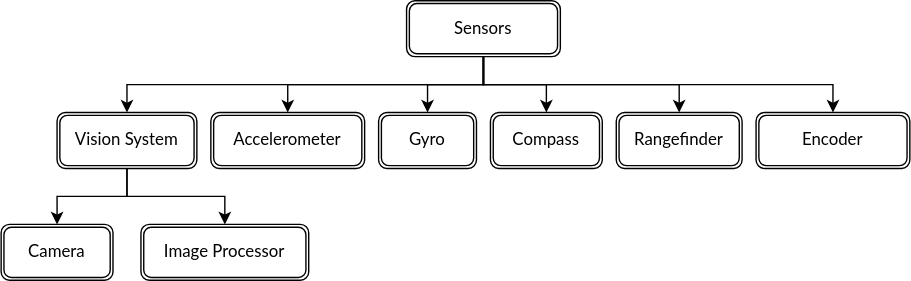
This is source/docs/software/sensors/diagrams/sensor-overview-software.drawio.svg from wpilibsuite/frc-docs, a draw.io export, as it was before one commit. Source tidied: cells renumbered, new cells last; positions are measured from the earlier drawing's top-left corner, leaving out a move shared by most shapes. Its diagram source:
```xml
<mxGraphModel>
  <root>
    <mxCell id="0" />
    <mxCell id="1" parent="0" />
    <mxCell id="2" style="edgeStyle=orthogonalEdgeStyle;rounded=0;jettySize=auto;html=1;exitX=0.5;exitY=1;exitDx=0;exitDy=0;fontFamily=Lato;" parent="1" edge="1" source="8" target="11">
      <mxGeometry relative="1" as="geometry" />
    </mxCell>
    <mxCell id="3" style="edgeStyle=orthogonalEdgeStyle;rounded=0;jettySize=auto;html=1;fontFamily=Lato;" parent="1" edge="1" target="14">
      <mxGeometry relative="1" as="geometry">
        <mxPoint x="345" y="40" as="sourcePoint" />
        <Array as="points">
          <mxPoint x="345" y="60" />
          <mxPoint x="205" y="60" />
        </Array>
      </mxGeometry>
    </mxCell>
    <mxCell id="4" style="edgeStyle=orthogonalEdgeStyle;rounded=0;jettySize=auto;html=1;fontFamily=Lato;" parent="1" edge="1" source="8" target="15">
      <mxGeometry relative="1" as="geometry" />
    </mxCell>
    <mxCell id="5" style="edgeStyle=orthogonalEdgeStyle;rounded=0;jettySize=auto;html=1;fontFamily=Lato;" parent="1" edge="1" source="8" target="16">
      <mxGeometry relative="1" as="geometry" />
    </mxCell>
    <mxCell id="6" style="edgeStyle=orthogonalEdgeStyle;rounded=0;jettySize=auto;html=1;exitX=0.5;exitY=1;exitDx=0;exitDy=0;fontFamily=Lato;" parent="1" edge="1" source="8" target="17">
      <mxGeometry relative="1" as="geometry" />
    </mxCell>
    <mxCell id="7" style="edgeStyle=orthogonalEdgeStyle;rounded=0;jettySize=auto;html=1;fontFamily=Lato;" parent="1" edge="1" target="18">
      <mxGeometry relative="1" as="geometry">
        <mxPoint x="345" y="40" as="sourcePoint" />
        <Array as="points">
          <mxPoint x="345" y="60" />
          <mxPoint x="595" y="60" />
        </Array>
      </mxGeometry>
    </mxCell>
    <mxCell id="8" value="Sensors" style="shape=ext;double=1;rounded=1;whiteSpace=wrap;html=1;fontFamily=Lato;" parent="1" vertex="1">
      <mxGeometry x="290" width="110" height="40" as="geometry" />
    </mxCell>
    <mxCell id="9" style="edgeStyle=orthogonalEdgeStyle;rounded=0;jettySize=auto;html=1;fontFamily=Lato;" parent="1" edge="1" source="11" target="13">
      <mxGeometry relative="1" as="geometry" />
    </mxCell>
    <mxCell id="10" style="edgeStyle=orthogonalEdgeStyle;rounded=0;jettySize=auto;html=1;fontFamily=Lato;" parent="1" edge="1" source="11" target="12">
      <mxGeometry relative="1" as="geometry" />
    </mxCell>
    <mxCell id="11" value="Vision System" style="shape=ext;double=1;rounded=1;whiteSpace=wrap;html=1;fontFamily=Lato;" parent="1" vertex="1">
      <mxGeometry x="40" y="80" width="100" height="40" as="geometry" />
    </mxCell>
    <mxCell id="12" value="Image Processor" style="shape=ext;double=1;rounded=1;whiteSpace=wrap;html=1;fontFamily=Lato;" parent="1" vertex="1">
      <mxGeometry x="100" y="160" width="120" height="40" as="geometry" />
    </mxCell>
    <mxCell id="13" value="Camera" style="shape=ext;double=1;rounded=1;whiteSpace=wrap;html=1;fontFamily=Lato;" parent="1" vertex="1">
      <mxGeometry y="160" width="80" height="40" as="geometry" />
    </mxCell>
    <mxCell id="14" value="Accelerometer" style="shape=ext;double=1;rounded=1;whiteSpace=wrap;html=1;fontFamily=Lato;" parent="1" vertex="1">
      <mxGeometry x="150" y="80" width="110" height="40" as="geometry" />
    </mxCell>
    <mxCell id="15" value="Gyro" style="shape=ext;double=1;rounded=1;whiteSpace=wrap;html=1;fontFamily=Lato;" parent="1" vertex="1">
      <mxGeometry x="270" y="80" width="70" height="40" as="geometry" />
    </mxCell>
    <mxCell id="16" value="Compass" style="shape=ext;double=1;rounded=1;whiteSpace=wrap;html=1;fontFamily=Lato;" parent="1" vertex="1">
      <mxGeometry x="350" y="80" width="80" height="40" as="geometry" />
    </mxCell>
    <mxCell id="17" value="Rangefinder" style="shape=ext;double=1;rounded=1;whiteSpace=wrap;html=1;fontFamily=Lato;" parent="1" vertex="1">
      <mxGeometry x="440" y="80" width="90" height="40" as="geometry" />
    </mxCell>
    <mxCell id="18" value="Encoder" style="shape=ext;double=1;rounded=1;whiteSpace=wrap;html=1;fontFamily=Lato;" parent="1" vertex="1">
      <mxGeometry x="540" y="80" width="110" height="40" as="geometry" />
    </mxCell>
  </root>
</mxGraphModel>
```
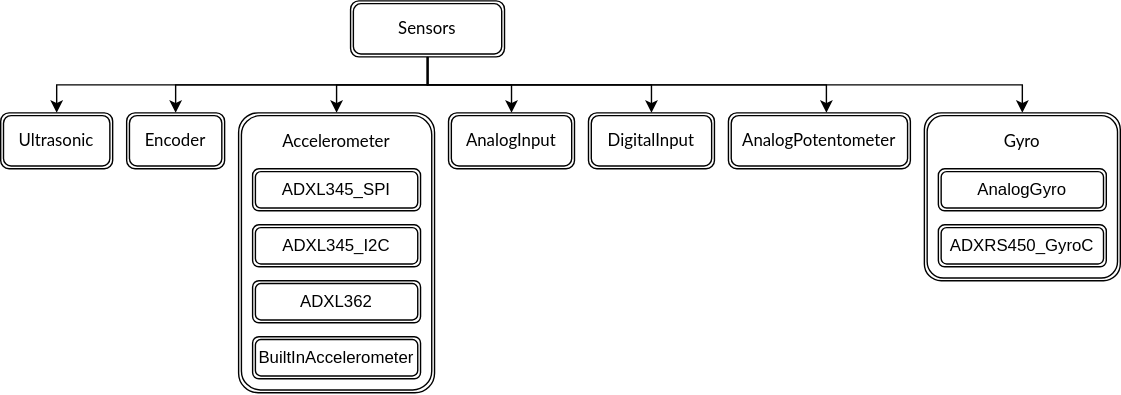
After the change.

Diff of the diagram source:
```diff
@@ -7,10 +7,10 @@
     </mxCell>
     <mxCell id="3" style="edgeStyle=orthogonalEdgeStyle;rounded=0;jettySize=auto;html=1;fontFamily=Lato;" parent="1" edge="1" target="14">
       <mxGeometry relative="1" as="geometry">
-        <mxPoint x="345" y="40" as="sourcePoint" />
+        <mxPoint x="279" y="40" as="sourcePoint" />
         <Array as="points">
-          <mxPoint x="345" y="60" />
-          <mxPoint x="205" y="60" />
+          <mxPoint x="279" y="60" />
+          <mxPoint x="99" y="60" />
         </Array>
       </mxGeometry>
     </mxCell>
@@ -25,45 +25,62 @@
     </mxCell>
     <mxCell id="7" style="edgeStyle=orthogonalEdgeStyle;rounded=0;jettySize=auto;html=1;fontFamily=Lato;" parent="1" edge="1" target="18">
       <mxGeometry relative="1" as="geometry">
-        <mxPoint x="345" y="40" as="sourcePoint" />
+        <mxPoint x="279" y="40" as="sourcePoint" />
         <Array as="points">
-          <mxPoint x="345" y="60" />
-          <mxPoint x="595" y="60" />
+          <mxPoint x="279" y="60" />
+          <mxPoint x="564" y="60" />
         </Array>
       </mxGeometry>
     </mxCell>
+    <mxCell id="19" style="edgeStyle=orthogonalEdgeStyle;rounded=0;jettySize=auto;html=1;entryX=0.5;entryY=0;entryDx=0;entryDy=0;" parent="1" edge="1" source="8" target="24">
+      <mxGeometry relative="1" as="geometry">
+        <Array as="points">
+          <mxPoint x="279" y="60" />
+          <mxPoint x="704" y="60" />
+        </Array>
+      </mxGeometry>
+    </mxCell>
     <mxCell id="8" value="Sensors" style="shape=ext;double=1;rounded=1;whiteSpace=wrap;html=1;fontFamily=Lato;" parent="1" vertex="1">
-      <mxGeometry x="290" width="110" height="40" as="geometry" />
+      <mxGeometry x="224" width="110" height="40" as="geometry" />
     </mxCell>
-    <mxCell id="9" style="edgeStyle=orthogonalEdgeStyle;rounded=0;jettySize=auto;html=1;fontFamily=Lato;" parent="1" edge="1" source="11" target="13">
-      <mxGeometry relative="1" as="geometry" />
-    </mxCell>
-    <mxCell id="10" style="edgeStyle=orthogonalEdgeStyle;rounded=0;jettySize=auto;html=1;fontFamily=Lato;" parent="1" edge="1" source="11" target="12">
-      <mxGeometry relative="1" as="geometry" />
-    </mxCell>
-    <mxCell id="11" value="Vision System" style="shape=ext;double=1;rounded=1;whiteSpace=wrap;html=1;fontFamily=Lato;" parent="1" vertex="1">
-      <mxGeometry x="40" y="80" width="100" height="40" as="geometry" />
+    <mxCell id="11" value="Ultrasonic" style="shape=ext;double=1;rounded=1;whiteSpace=wrap;html=1;fontFamily=Lato;" parent="1" vertex="1">
+      <mxGeometry x="-26" y="80" width="80" height="40" as="geometry" />
     </mxCell>
-    <mxCell id="12" value="Image Processor" style="shape=ext;double=1;rounded=1;whiteSpace=wrap;html=1;fontFamily=Lato;" parent="1" vertex="1">
-      <mxGeometry x="100" y="160" width="120" height="40" as="geometry" />
-    </mxCell>
-    <mxCell id="13" value="Camera" style="shape=ext;double=1;rounded=1;whiteSpace=wrap;html=1;fontFamily=Lato;" parent="1" vertex="1">
-      <mxGeometry y="160" width="80" height="40" as="geometry" />
-    </mxCell>
-    <mxCell id="14" value="Accelerometer" style="shape=ext;double=1;rounded=1;whiteSpace=wrap;html=1;fontFamily=Lato;" parent="1" vertex="1">
-      <mxGeometry x="150" y="80" width="110" height="40" as="geometry" />
+    <mxCell id="14" value="Encoder" style="shape=ext;double=1;rounded=1;whiteSpace=wrap;html=1;fontFamily=Lato;" parent="1" vertex="1">
+      <mxGeometry x="64" y="80" width="70" height="40" as="geometry" />
     </mxCell>
-    <mxCell id="15" value="Gyro" style="shape=ext;double=1;rounded=1;whiteSpace=wrap;html=1;fontFamily=Lato;" parent="1" vertex="1">
-      <mxGeometry x="270" y="80" width="70" height="40" as="geometry" />
+    <mxCell id="15" value="Accelerometer" style="shape=ext;double=1;rounded=1;whiteSpace=wrap;html=1;fontFamily=Lato;labelPosition=center;verticalLabelPosition=top;align=center;verticalAlign=bottom;labelBorderColor=none;horizontal=1;spacingBottom=-30;spacingTop=0;arcSize=10;" parent="1" vertex="1">
+      <mxGeometry x="144" y="80" width="140" height="200" as="geometry" />
     </mxCell>
-    <mxCell id="16" value="Compass" style="shape=ext;double=1;rounded=1;whiteSpace=wrap;html=1;fontFamily=Lato;" parent="1" vertex="1">
-      <mxGeometry x="350" y="80" width="80" height="40" as="geometry" />
+    <mxCell id="16" value="AnalogInput" style="shape=ext;double=1;rounded=1;whiteSpace=wrap;html=1;fontFamily=Lato;" parent="1" vertex="1">
+      <mxGeometry x="294" y="80" width="90" height="40" as="geometry" />
     </mxCell>
-    <mxCell id="17" value="Rangefinder" style="shape=ext;double=1;rounded=1;whiteSpace=wrap;html=1;fontFamily=Lato;" parent="1" vertex="1">
-      <mxGeometry x="440" y="80" width="90" height="40" as="geometry" />
+    <mxCell id="17" value="DigitalInput" style="shape=ext;double=1;rounded=1;whiteSpace=wrap;html=1;fontFamily=Lato;" parent="1" vertex="1">
+      <mxGeometry x="394" y="80" width="90" height="40" as="geometry" />
     </mxCell>
-    <mxCell id="18" value="Encoder" style="shape=ext;double=1;rounded=1;whiteSpace=wrap;html=1;fontFamily=Lato;" parent="1" vertex="1">
-      <mxGeometry x="540" y="80" width="110" height="40" as="geometry" />
+    <mxCell id="18" value="AnalogPotentometer" style="shape=ext;double=1;rounded=1;whiteSpace=wrap;html=1;fontFamily=Lato;" parent="1" vertex="1">
+      <mxGeometry x="494" y="80" width="130" height="40" as="geometry" />
     </mxCell>
+    <mxCell id="20" value="ADXL345_SPI" style="shape=ext;double=1;rounded=1;whiteSpace=wrap;html=1;" parent="1" vertex="1">
+      <mxGeometry x="154" y="120" width="120" height="30" as="geometry" />
+    </mxCell>
+    <mxCell id="21" value="ADXL345_I2C" style="shape=ext;double=1;rounded=1;whiteSpace=wrap;html=1;" parent="1" vertex="1">
+      <mxGeometry x="154" y="160" width="120" height="30" as="geometry" />
+    </mxCell>
+    <mxCell id="22" value="ADXL362" style="shape=ext;double=1;rounded=1;whiteSpace=wrap;html=1;" parent="1" vertex="1">
+      <mxGeometry x="154" y="200" width="120" height="30" as="geometry" />
+    </mxCell>
+    <mxCell id="23" value="BuiltInAccelerometer" style="shape=ext;double=1;rounded=1;whiteSpace=wrap;html=1;" parent="1" vertex="1">
+      <mxGeometry x="154" y="240" width="120" height="30" as="geometry" />
+    </mxCell>
+    <mxCell id="24" value="Gyro" style="shape=ext;double=1;rounded=1;whiteSpace=wrap;html=1;fontFamily=Lato;labelPosition=center;verticalLabelPosition=top;align=center;verticalAlign=bottom;labelBorderColor=none;horizontal=1;spacingBottom=-30;spacingTop=0;arcSize=10;" parent="1" vertex="1">
+      <mxGeometry x="634" y="80" width="140" height="120" as="geometry" />
+    </mxCell>
+    <mxCell id="25" value="AnalogGyro" style="shape=ext;double=1;rounded=1;whiteSpace=wrap;html=1;" parent="1" vertex="1">
+      <mxGeometry x="644" y="120" width="120" height="30" as="geometry" />
+    </mxCell>
+    <mxCell id="26" value="ADXRS450_GyroC" style="shape=ext;double=1;rounded=1;whiteSpace=wrap;html=1;" parent="1" vertex="1">
+      <mxGeometry x="644" y="160" width="120" height="30" as="geometry" />
+    </mxCell>
   </root>
 </mxGraphModel>
```
